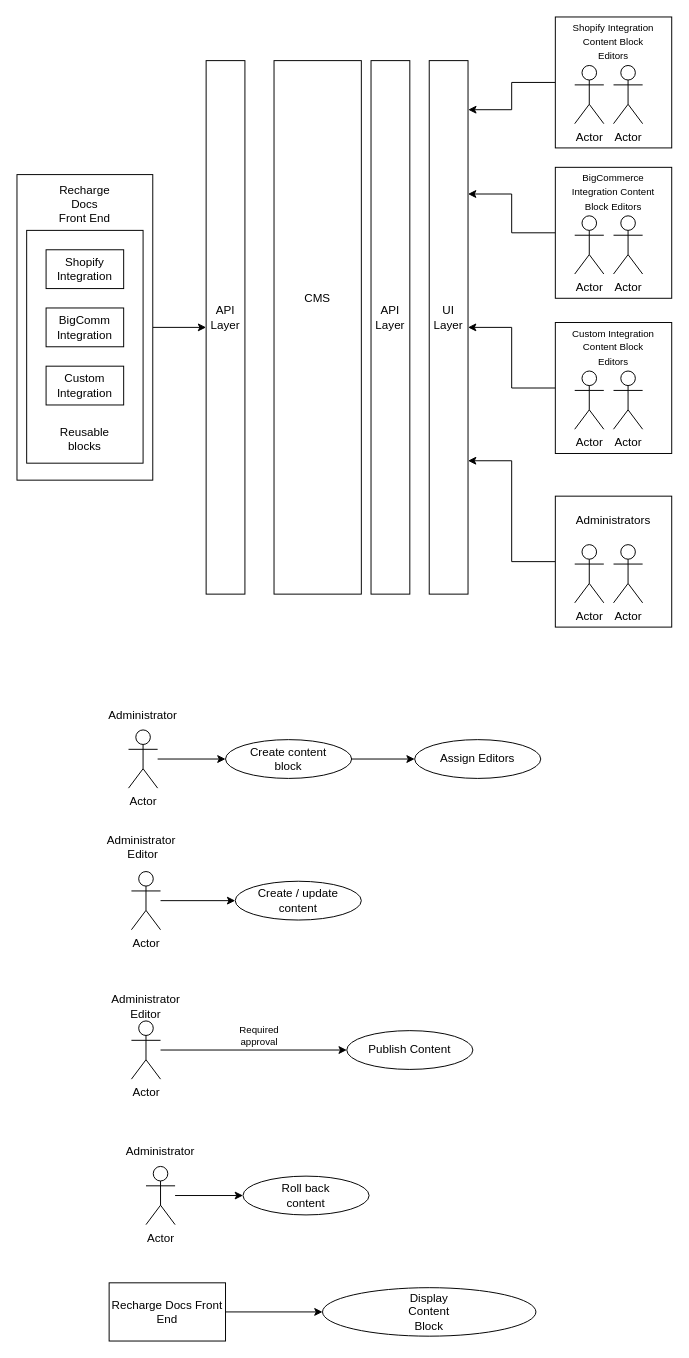
Before: RechargeDocumentation/Recharge documentation overview.drawio in alexrsunrise/diagrams, a draw.io diagram. Source tidied: cells renumbered, new cells numbered last; positions are measured from the earlier drawing's top-left corner, leaving out a move shared by most shapes. Both pictures are drawn from the tidied source at 97%, with x=0, y=0 at pixel (16, 16).
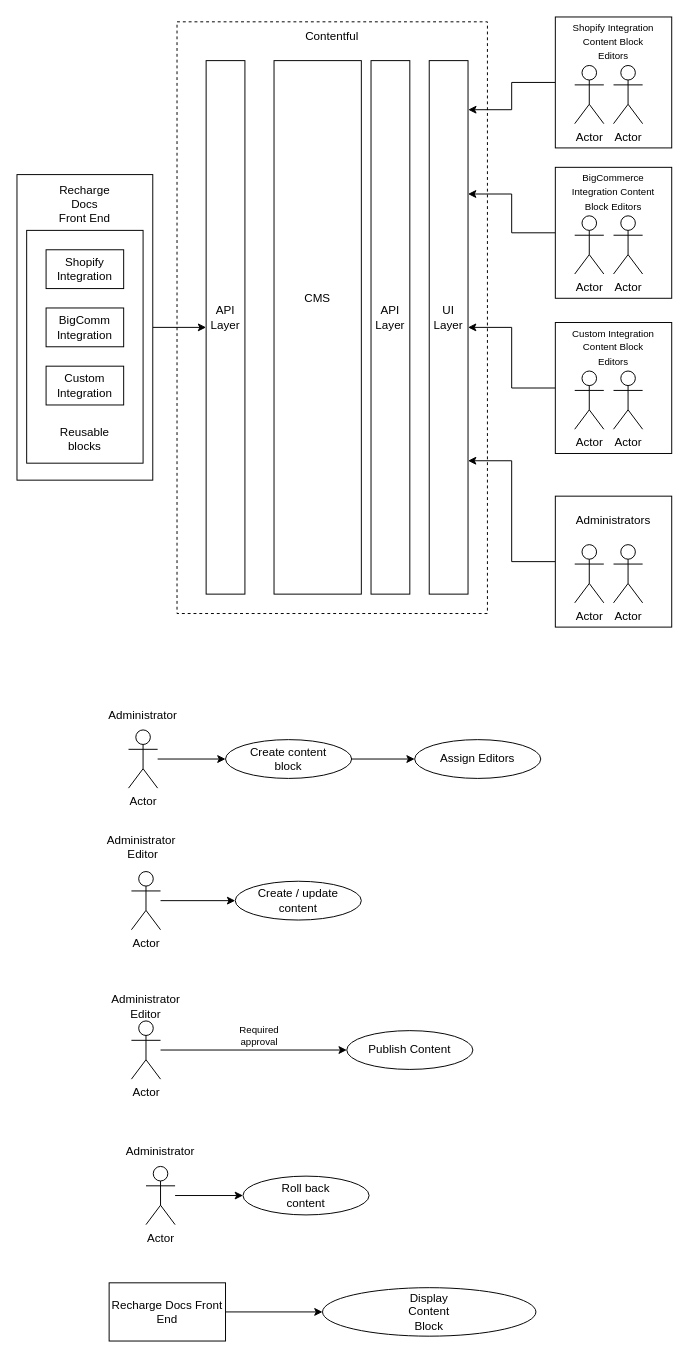
The same page after the edit.

The edit, as a diff of the source:
```diff
@@
+    <mxCell id="69" style="rounded=0;whiteSpace=wrap;html=1;dashed=1;" parent="1" vertex="1">
+      <mxGeometry x="165" y="5" width="320" height="610" as="geometry" />
+    </mxCell>
@@
+    <mxCell id="70" value="Contentful" style="text;html=1;strokeColor=none;fillColor=none;align=center;verticalAlign=middle;whiteSpace=wrap;rounded=0;" parent="1" vertex="1">
+      <mxGeometry x="295" y="5" width="60" height="30" as="geometry" />
+    </mxCell>
```
